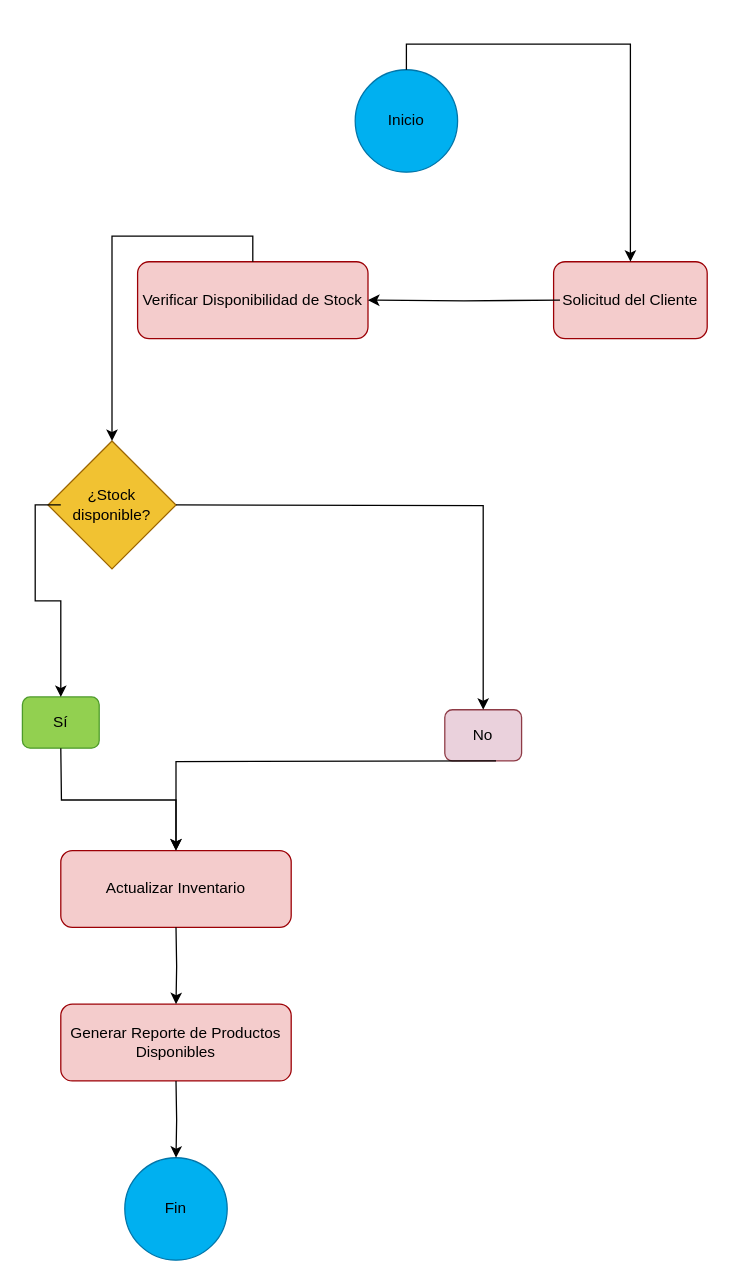
Before: reporte/Untitled Diagram.drawio in LuisPuent3/diagramasFlujo, a draw.io diagram. Source tidied: cells renumbered, new cells numbered last; positions are measured from the earlier drawing's top-left corner, leaving out a move shared by most shapes. Both pictures are drawn from the tidied source at 128%, with x=0, y=0 at pixel (22, 69).
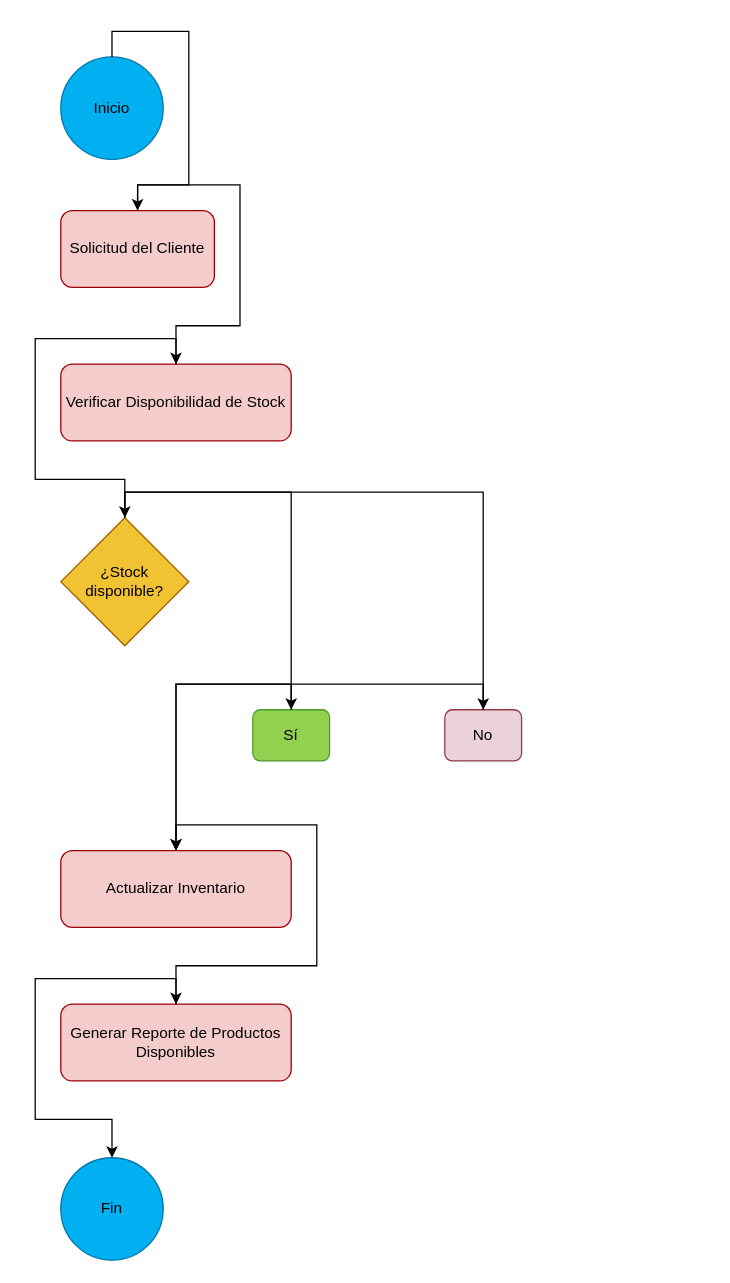
Above is the later version.

The change refers to these unchanged cells:
```xml
<mxCell id="7" value="No" style="rounded=1;whiteSpace=wrap;html=1;fillColor=#EAD1DC;strokeColor=#8E3B46;" parent="1" vertex="1">
  <mxGeometry x="330" y="500" width="60" height="40" as="geometry" />
</mxCell>
<mxCell id="8" value="Actualizar Inventario" style="rounded=1;whiteSpace=wrap;html=1;fillColor=#F4CCCC;strokeColor=#9C0006;" parent="1" vertex="1">
  <mxGeometry x="30" y="610" width="180" height="60" as="geometry" />
</mxCell>
<mxCell id="9" value="Generar Reporte de Productos Disponibles" style="rounded=1;whiteSpace=wrap;html=1;fillColor=#F4CCCC;strokeColor=#9C0006;" parent="1" vertex="1">
  <mxGeometry x="30" y="730" width="180" height="60" as="geometry" />
</mxCell>
```

Change to the diagram source:
```diff
@@
     <mxCell id="2" value="Inicio" style="ellipse;whiteSpace=wrap;html=1;rounded=1;fillColor=#00B0F0;strokeColor=#0075A9;" parent="1" vertex="1">
-      <mxGeometry x="260" width="80" height="80" as="geometry" />
+      <mxGeometry x="30" y="-10" width="80" height="80" as="geometry" />
     </mxCell>
     <mxCell id="3" value="Solicitud del Cliente" style="rounded=1;whiteSpace=wrap;html=1;fillColor=#F4CCCC;strokeColor=#9C0006;" parent="1" vertex="1">
-      <mxGeometry x="415" y="150" width="120" height="60" as="geometry" />
+      <mxGeometry x="30" y="110" width="120" height="60" as="geometry" />
     </mxCell>
     <mxCell id="4" value="Verificar Disponibilidad de Stock" style="rounded=1;whiteSpace=wrap;html=1;fillColor=#F4CCCC;strokeColor=#9C0006;" parent="1" vertex="1">
-      <mxGeometry x="90" y="150" width="180" height="60" as="geometry" />
+      <mxGeometry x="30" y="230" width="180" height="60" as="geometry" />
     </mxCell>
     <mxCell id="5" value="¿Stock disponible?" style="rhombus;whiteSpace=wrap;html=1;fillColor=#F1C232;strokeColor=#9C6500;" parent="1" vertex="1">
-      <mxGeometry x="20" y="290" width="100" height="100" as="geometry" />
+      <mxGeometry x="30" y="350" width="100" height="100" as="geometry" />
     </mxCell>
     <mxCell id="6" value="Sí" style="rounded=1;whiteSpace=wrap;html=1;fillColor=#92D050;strokeColor=#4D9B2A;" parent="1" vertex="1">
-      <mxGeometry y="490" width="60" height="40" as="geometry" />
+      <mxGeometry x="180" y="500" width="60" height="40" as="geometry" />
     </mxCell>
@@
     <mxCell id="10" value="Fin" style="ellipse;whiteSpace=wrap;html=1;rounded=1;fillColor=#00B0F0;strokeColor=#0075A9;" parent="1" vertex="1">
-      <mxGeometry x="80" y="850" width="80" height="80" as="geometry" />
+      <mxGeometry x="30" y="850" width="80" height="80" as="geometry" />
     </mxCell>
@@
-    <mxCell id="12" style="edgeStyle=orthogonalEdgeStyle;rounded=0;jettySize=auto;html=1;" parent="1" edge="1" target="4">
-      <mxGeometry relative="1" as="geometry">
-        <mxPoint x="420" y="180" as="sourcePoint" />
-      </mxGeometry>
-    </mxCell>
+    <mxCell id="20" style="edgeStyle=orthogonalEdgeStyle;rounded=0;jettySize=auto;html=1;exitX=0.5;exitY=0;exitDx=0;exitDy=0;" parent="1" edge="1" source="3" target="4">
+      <mxGeometry relative="1" as="geometry" />
+    </mxCell>
@@
-    <mxCell id="14" style="edgeStyle=orthogonalEdgeStyle;rounded=0;jettySize=auto;html=1;" parent="1" edge="1" target="6">
-      <mxGeometry relative="1" as="geometry">
-        <mxPoint x="30" y="340" as="sourcePoint" />
-        <Array as="points">
-          <mxPoint x="10" y="340" />
-          <mxPoint x="10" y="415" />
-          <mxPoint x="30" y="415" />
-        </Array>
-      </mxGeometry>
-    </mxCell>
-    <mxCell id="15" style="edgeStyle=orthogonalEdgeStyle;rounded=0;jettySize=auto;html=1;" parent="1" edge="1" target="7">
-      <mxGeometry relative="1" as="geometry">
-        <mxPoint x="120" y="340" as="sourcePoint" />
-      </mxGeometry>
-    </mxCell>
-    <mxCell id="16" style="edgeStyle=orthogonalEdgeStyle;rounded=0;jettySize=auto;html=1;" parent="1" edge="1" target="8">
-      <mxGeometry relative="1" as="geometry">
-        <mxPoint x="30" y="530" as="sourcePoint" />
-      </mxGeometry>
-    </mxCell>
-    <mxCell id="17" style="edgeStyle=orthogonalEdgeStyle;rounded=0;jettySize=auto;html=1;" parent="1" edge="1" target="8">
-      <mxGeometry relative="1" as="geometry">
-        <mxPoint x="370" y="540" as="sourcePoint" />
-      </mxGeometry>
-    </mxCell>
-    <mxCell id="18" style="edgeStyle=orthogonalEdgeStyle;rounded=0;jettySize=auto;html=1;" parent="1" edge="1" target="9">
-      <mxGeometry relative="1" as="geometry">
-        <mxPoint x="120" y="670" as="sourcePoint" />
-      </mxGeometry>
-    </mxCell>
-    <mxCell id="19" style="edgeStyle=orthogonalEdgeStyle;rounded=0;jettySize=auto;html=1;" parent="1" edge="1" target="10">
-      <mxGeometry relative="1" as="geometry">
-        <mxPoint x="120" y="790" as="sourcePoint" />
-      </mxGeometry>
-    </mxCell>
+    <mxCell id="21" style="edgeStyle=orthogonalEdgeStyle;rounded=0;jettySize=auto;html=1;exitX=0.5;exitY=0;exitDx=0;exitDy=0;" parent="1" edge="1" source="5" target="6">
+      <mxGeometry relative="1" as="geometry" />
+    </mxCell>
+    <mxCell id="22" style="edgeStyle=orthogonalEdgeStyle;rounded=0;jettySize=auto;html=1;exitX=0.5;exitY=0;exitDx=0;exitDy=0;" parent="1" edge="1" source="5" target="7">
+      <mxGeometry relative="1" as="geometry" />
+    </mxCell>
+    <mxCell id="23" style="edgeStyle=orthogonalEdgeStyle;rounded=0;jettySize=auto;html=1;exitX=0.5;exitY=0;exitDx=0;exitDy=0;" parent="1" edge="1" source="6" target="8">
+      <mxGeometry relative="1" as="geometry" />
+    </mxCell>
+    <mxCell id="24" style="edgeStyle=orthogonalEdgeStyle;rounded=0;jettySize=auto;html=1;exitX=0.5;exitY=0;exitDx=0;exitDy=0;" parent="1" edge="1" source="7" target="8">
+      <mxGeometry relative="1" as="geometry" />
+    </mxCell>
+    <mxCell id="25" style="edgeStyle=orthogonalEdgeStyle;rounded=0;jettySize=auto;html=1;exitX=0.5;exitY=0;exitDx=0;exitDy=0;" parent="1" edge="1" source="8" target="9">
+      <mxGeometry relative="1" as="geometry" />
+    </mxCell>
+    <mxCell id="26" style="edgeStyle=orthogonalEdgeStyle;rounded=0;jettySize=auto;html=1;exitX=0.5;exitY=0;exitDx=0;exitDy=0;" parent="1" edge="1" source="9" target="10">
+      <mxGeometry relative="1" as="geometry" />
+    </mxCell>
```
